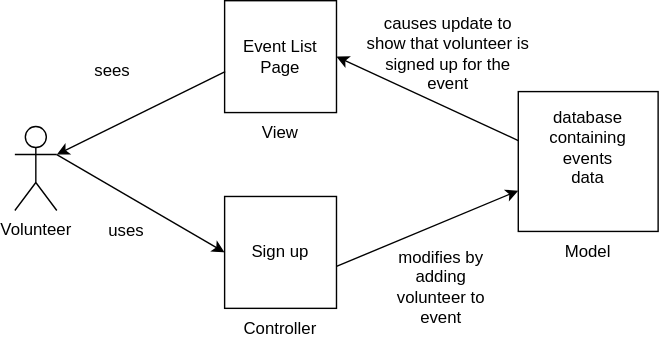
This is assets/useCase1.svg from trevordbunch/cis411_lab2_Arch, a draw.io export, as it was before one commit. Source tidied: cells renumbered, new cells last; positions are measured from the earlier drawing's top-left corner, leaving out a move shared by most shapes. Source of this version:
```xml
<mxGraphModel>
  <root>
    <mxCell id="0" />
    <mxCell id="1" parent="0" />
    <mxCell id="2" value="Volunteer" style="shape=umlActor;verticalLabelPosition=bottom;verticalAlign=top;html=1;outlineConnect=0;" parent="1" vertex="1">
      <mxGeometry y="90" width="30" height="60" as="geometry" />
    </mxCell>
    <mxCell id="3" style="whiteSpace=wrap;html=1;" parent="1" vertex="1">
      <mxGeometry x="150" width="80" height="80" as="geometry" />
    </mxCell>
    <mxCell id="4" value="View" style="text;html=1;strokeColor=none;fillColor=none;align=center;verticalAlign=middle;whiteSpace=wrap;rounded=0;" parent="1" vertex="1">
      <mxGeometry x="160" y="80" width="60" height="30" as="geometry" />
    </mxCell>
    <mxCell id="5" value="Event List Page" style="text;html=1;strokeColor=none;fillColor=none;align=center;verticalAlign=middle;whiteSpace=wrap;rounded=0;" parent="1" vertex="1">
      <mxGeometry x="150" width="80" height="80" as="geometry" />
    </mxCell>
    <mxCell id="6" style="whiteSpace=wrap;html=1;" parent="1" vertex="1">
      <mxGeometry x="150" y="140" width="80" height="80" as="geometry" />
    </mxCell>
    <mxCell id="7" value="Controller" style="text;html=1;strokeColor=none;fillColor=none;align=center;verticalAlign=middle;whiteSpace=wrap;rounded=0;" parent="1" vertex="1">
      <mxGeometry x="160" y="220" width="60" height="30" as="geometry" />
    </mxCell>
    <mxCell id="8" value="Sign up" style="text;html=1;strokeColor=none;fillColor=none;align=center;verticalAlign=middle;whiteSpace=wrap;rounded=0;" parent="1" vertex="1">
      <mxGeometry x="160" y="165" width="60" height="30" as="geometry" />
    </mxCell>
    <mxCell id="9" style="endArrow=classic;html=1;rounded=0;" parent="1" edge="1" target="10">
      <mxGeometry relative="1" as="geometry">
        <mxPoint x="230" y="190" as="sourcePoint" />
      </mxGeometry>
    </mxCell>
    <mxCell id="10" style="whiteSpace=wrap;html=1;" parent="1" vertex="1">
      <mxGeometry x="360" y="65" width="100" height="100" as="geometry" />
    </mxCell>
    <mxCell id="11" value="modifies by adding volunteer to event" style="text;html=1;strokeColor=none;fillColor=none;align=center;verticalAlign=middle;whiteSpace=wrap;rounded=0;" parent="1" vertex="1">
      <mxGeometry x="260" y="190" width="90" height="30" as="geometry" />
    </mxCell>
    <mxCell id="12" value="database containing events data" style="text;html=1;strokeColor=none;fillColor=none;align=center;verticalAlign=middle;whiteSpace=wrap;rounded=0;" parent="1" vertex="1">
      <mxGeometry x="380" y="90" width="60" height="30" as="geometry" />
    </mxCell>
    <mxCell id="13" value="Model" style="text;html=1;strokeColor=none;fillColor=none;align=center;verticalAlign=middle;whiteSpace=wrap;rounded=0;" parent="1" vertex="1">
      <mxGeometry x="380" y="165" width="60" height="30" as="geometry" />
    </mxCell>
    <mxCell id="14" style="endArrow=classic;html=1;rounded=0;entryX=1;entryY=0.5;entryDx=0;entryDy=0;" parent="1" edge="1" target="5">
      <mxGeometry relative="1" as="geometry">
        <mxPoint x="360" y="100" as="sourcePoint" />
      </mxGeometry>
    </mxCell>
    <mxCell id="15" value="causes update to show that volunteer is signed up for the event" style="text;html=1;strokeColor=none;fillColor=none;align=center;verticalAlign=middle;whiteSpace=wrap;rounded=0;" parent="1" vertex="1">
      <mxGeometry x="250" y="10" width="120" height="55" as="geometry" />
    </mxCell>
    <mxCell id="16" style="endArrow=classic;html=1;rounded=0;exitX=0.005;exitY=0.633;exitDx=0;exitDy=0;exitPerimeter=0;entryX=1;entryY=0.3333333333333333;entryDx=0;entryDy=0;entryPerimeter=0;" parent="1" edge="1" source="5" target="2">
      <mxGeometry relative="1" as="geometry" />
    </mxCell>
    <mxCell id="17" style="endArrow=classic;html=1;rounded=0;entryX=0;entryY=0.5;entryDx=0;entryDy=0;exitX=1;exitY=0.3333333333333333;exitDx=0;exitDy=0;exitPerimeter=0;" parent="1" edge="1" source="2" target="6">
      <mxGeometry relative="1" as="geometry" />
    </mxCell>
    <mxCell id="18" value="sees" style="text;html=1;strokeColor=none;fillColor=none;align=center;verticalAlign=middle;whiteSpace=wrap;rounded=0;" parent="1" vertex="1">
      <mxGeometry x="40" y="35" width="60" height="30" as="geometry" />
    </mxCell>
    <mxCell id="19" value="uses" style="text;html=1;strokeColor=none;fillColor=none;align=center;verticalAlign=middle;whiteSpace=wrap;rounded=0;" parent="1" vertex="1">
      <mxGeometry x="50" y="150" width="60" height="30" as="geometry" />
    </mxCell>
  </root>
</mxGraphModel>
```
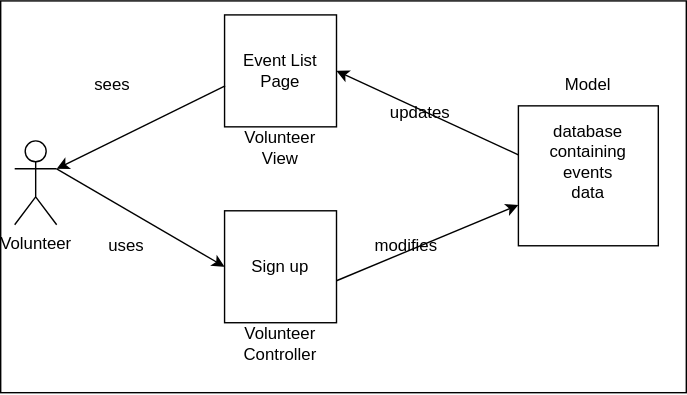
The same file after the commit.

Commit message:
finished lab report and added diagrams

Change to the diagram source:
```diff
@@ -2,24 +2,21 @@
   <root>
     <mxCell id="0" />
     <mxCell id="1" parent="0" />
+    <mxCell id="20" style="rounded=0;whiteSpace=wrap;html=1;" parent="1" vertex="1">
+      <mxGeometry x="-10" y="-10" width="490" height="280" as="geometry" />
+    </mxCell>
     <mxCell id="2" value="Volunteer" style="shape=umlActor;verticalLabelPosition=bottom;verticalAlign=top;html=1;outlineConnect=0;" parent="1" vertex="1">
       <mxGeometry y="90" width="30" height="60" as="geometry" />
     </mxCell>
     <mxCell id="3" style="whiteSpace=wrap;html=1;" parent="1" vertex="1">
       <mxGeometry x="150" width="80" height="80" as="geometry" />
     </mxCell>
-    <mxCell id="4" value="View" style="text;html=1;strokeColor=none;fillColor=none;align=center;verticalAlign=middle;whiteSpace=wrap;rounded=0;" parent="1" vertex="1">
-      <mxGeometry x="160" y="80" width="60" height="30" as="geometry" />
-    </mxCell>
     <mxCell id="5" value="Event List Page" style="text;html=1;strokeColor=none;fillColor=none;align=center;verticalAlign=middle;whiteSpace=wrap;rounded=0;" parent="1" vertex="1">
       <mxGeometry x="150" width="80" height="80" as="geometry" />
     </mxCell>
     <mxCell id="6" style="whiteSpace=wrap;html=1;" parent="1" vertex="1">
       <mxGeometry x="150" y="140" width="80" height="80" as="geometry" />
     </mxCell>
-    <mxCell id="7" value="Controller" style="text;html=1;strokeColor=none;fillColor=none;align=center;verticalAlign=middle;whiteSpace=wrap;rounded=0;" parent="1" vertex="1">
-      <mxGeometry x="160" y="220" width="60" height="30" as="geometry" />
-    </mxCell>
     <mxCell id="8" value="Sign up" style="text;html=1;strokeColor=none;fillColor=none;align=center;verticalAlign=middle;whiteSpace=wrap;rounded=0;" parent="1" vertex="1">
       <mxGeometry x="160" y="165" width="60" height="30" as="geometry" />
     </mxCell>
@@ -31,23 +28,17 @@
     <mxCell id="10" style="whiteSpace=wrap;html=1;" parent="1" vertex="1">
       <mxGeometry x="360" y="65" width="100" height="100" as="geometry" />
     </mxCell>
-    <mxCell id="11" value="modifies by adding volunteer to event" style="text;html=1;strokeColor=none;fillColor=none;align=center;verticalAlign=middle;whiteSpace=wrap;rounded=0;" parent="1" vertex="1">
-      <mxGeometry x="260" y="190" width="90" height="30" as="geometry" />
-    </mxCell>
     <mxCell id="12" value="database containing events data" style="text;html=1;strokeColor=none;fillColor=none;align=center;verticalAlign=middle;whiteSpace=wrap;rounded=0;" parent="1" vertex="1">
       <mxGeometry x="380" y="90" width="60" height="30" as="geometry" />
     </mxCell>
     <mxCell id="13" value="Model" style="text;html=1;strokeColor=none;fillColor=none;align=center;verticalAlign=middle;whiteSpace=wrap;rounded=0;" parent="1" vertex="1">
-      <mxGeometry x="380" y="165" width="60" height="30" as="geometry" />
+      <mxGeometry x="380" y="35" width="60" height="30" as="geometry" />
     </mxCell>
     <mxCell id="14" style="endArrow=classic;html=1;rounded=0;entryX=1;entryY=0.5;entryDx=0;entryDy=0;" parent="1" edge="1" target="5">
       <mxGeometry relative="1" as="geometry">
         <mxPoint x="360" y="100" as="sourcePoint" />
       </mxGeometry>
     </mxCell>
-    <mxCell id="15" value="causes update to show that volunteer is signed up for the event" style="text;html=1;strokeColor=none;fillColor=none;align=center;verticalAlign=middle;whiteSpace=wrap;rounded=0;" parent="1" vertex="1">
-      <mxGeometry x="250" y="10" width="120" height="55" as="geometry" />
-    </mxCell>
     <mxCell id="16" style="endArrow=classic;html=1;rounded=0;exitX=0.005;exitY=0.633;exitDx=0;exitDy=0;exitPerimeter=0;entryX=1;entryY=0.3333333333333333;entryDx=0;entryDy=0;entryPerimeter=0;" parent="1" edge="1" source="5" target="2">
       <mxGeometry relative="1" as="geometry" />
     </mxCell>
@@ -60,5 +51,17 @@
     <mxCell id="19" value="uses" style="text;html=1;strokeColor=none;fillColor=none;align=center;verticalAlign=middle;whiteSpace=wrap;rounded=0;" parent="1" vertex="1">
       <mxGeometry x="50" y="150" width="60" height="30" as="geometry" />
     </mxCell>
+    <mxCell id="21" value="Volunteer Controller" style="text;html=1;strokeColor=none;fillColor=none;align=center;verticalAlign=middle;whiteSpace=wrap;rounded=0;" parent="1" vertex="1">
+      <mxGeometry x="150" y="220" width="80" height="30" as="geometry" />
+    </mxCell>
+    <mxCell id="22" value="Volunteer View" style="text;html=1;strokeColor=none;fillColor=none;align=center;verticalAlign=middle;whiteSpace=wrap;rounded=0;" parent="1" vertex="1">
+      <mxGeometry x="160" y="80" width="60" height="30" as="geometry" />
+    </mxCell>
+    <mxCell id="23" value="modifies" style="text;html=1;strokeColor=none;fillColor=none;align=center;verticalAlign=middle;whiteSpace=wrap;rounded=0;" parent="1" vertex="1">
+      <mxGeometry x="250" y="150" width="60" height="30" as="geometry" />
+    </mxCell>
+    <mxCell id="24" value="updates" style="text;html=1;strokeColor=none;fillColor=none;align=center;verticalAlign=middle;whiteSpace=wrap;rounded=0;" parent="1" vertex="1">
+      <mxGeometry x="260" y="55" width="60" height="30" as="geometry" />
+    </mxCell>
   </root>
 </mxGraphModel>
```
